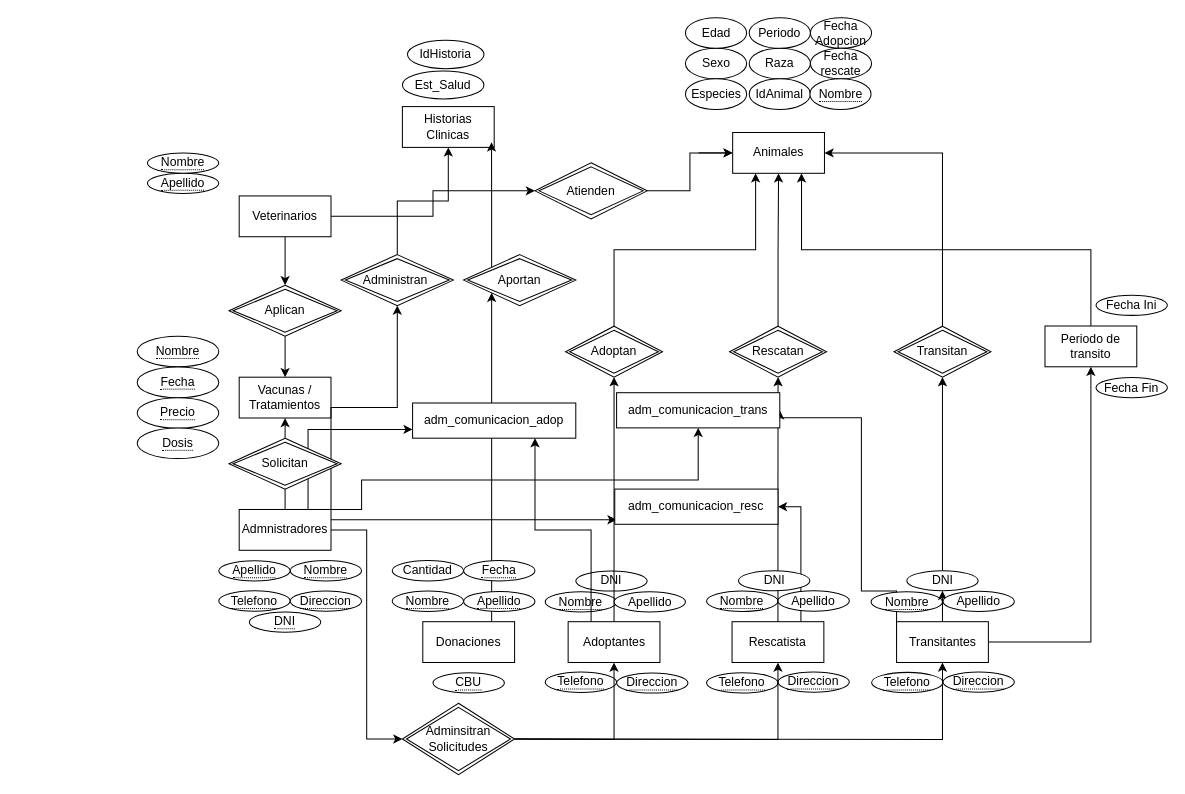
The draw.io diagram Diagrama sin título.drawio in Dfrugone/ITFS-4, before the edit. Source tidied: cells renumbered, new cells numbered last; positions are measured from the earlier drawing's top-left corner, leaving out a move shared by most shapes. Both pictures are drawn from the tidied source at 102%, with x=0, y=0 at pixel (137, 17).
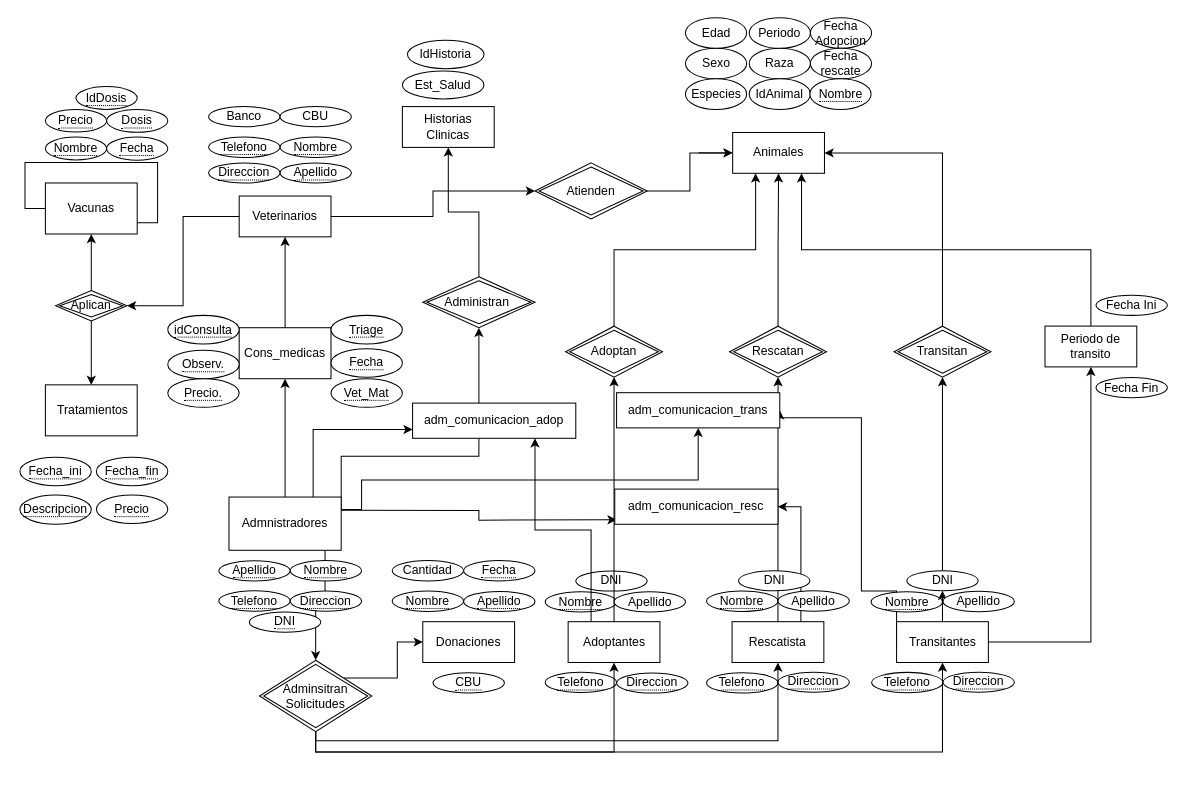
Above is the later version.

The change refers to these unchanged cells:
```xml
<mxCell id="25" value="Adoptantes" style="rounded=0;whiteSpace=wrap;html=1;" parent="1" vertex="1">
  <mxGeometry x="422.5" y="592" width="90" height="40" as="geometry" />
</mxCell>
<mxCell id="27" value="Rescatista" style="rounded=0;whiteSpace=wrap;html=1;" parent="1" vertex="1">
  <mxGeometry x="583.2" y="592" width="90" height="40" as="geometry" />
</mxCell>
<mxCell id="33" value="Transitantes" style="rounded=0;whiteSpace=wrap;html=1;" parent="1" vertex="1">
  <mxGeometry x="744.5" y="592" width="90" height="40" as="geometry" />
</mxCell>
<mxCell id="60" value="Historias Clinicas" style="rounded=0;whiteSpace=wrap;html=1;" parent="1" vertex="1">
  <mxGeometry x="260" y="87" width="90" height="40" as="geometry" />
</mxCell>
<mxCell id="69" value="Donaciones" style="rounded=0;whiteSpace=wrap;html=1;" parent="1" vertex="1">
  <mxGeometry x="280" y="592" width="90" height="40" as="geometry" />
</mxCell>
```

The edit, as a diff of the source:
```diff
@@
     <mxCell id="10" value="&lt;span style=&quot;border-bottom: 1px dotted&quot;&gt;Telefono&lt;/span&gt;" style="ellipse;whiteSpace=wrap;html=1;align=center;" parent="1" vertex="1">
-      <mxGeometry x="400" y="641.4" width="70" height="20" as="geometry" />
+      <mxGeometry x="400" y="641.5" width="70" height="20" as="geometry" />
     </mxCell>
@@
     <mxCell id="12" value="&lt;span style=&quot;border-bottom: 1px dotted&quot;&gt;Nombre&lt;/span&gt;" style="ellipse;whiteSpace=wrap;html=1;align=center;" parent="1" vertex="1">
-      <mxGeometry y="312.1" width="80" height="30" as="geometry" />
+      <mxGeometry x="-90" y="116.9" width="60" height="22.4" as="geometry" />
     </mxCell>
     <mxCell id="13" value="&lt;span style=&quot;border-bottom: 1px dotted&quot;&gt;Fecha&lt;/span&gt;" style="ellipse;whiteSpace=wrap;html=1;align=center;" parent="1" vertex="1">
-      <mxGeometry y="342.4" width="80" height="30" as="geometry" />
+      <mxGeometry x="-30" y="116.9" width="60" height="22.6" as="geometry" />
     </mxCell>
     <mxCell id="14" value="&lt;span style=&quot;border-bottom: 1px dotted&quot;&gt;Precio&lt;/span&gt;" style="ellipse;whiteSpace=wrap;html=1;align=center;" parent="1" vertex="1">
-      <mxGeometry y="372.4" width="80" height="30" as="geometry" />
+      <mxGeometry x="-90" y="89.8" width="60" height="22.1" as="geometry" />
     </mxCell>
     <mxCell id="15" value="&lt;span style=&quot;border-bottom: 1px dotted&quot;&gt;Dosis&lt;/span&gt;" style="ellipse;whiteSpace=wrap;html=1;align=center;" parent="1" vertex="1">
-      <mxGeometry y="402.1" width="80" height="30" as="geometry" />
+      <mxGeometry x="-30" y="89.8" width="60" height="22.4" as="geometry" />
     </mxCell>
-    <mxCell id="16" style="edgeStyle=orthogonalEdgeStyle;rounded=0;jettySize=auto;html=1;exitX=0.5;exitY=1;exitDx=0;exitDy=0;entryX=0.5;entryY=0;entryDx=0;entryDy=0;" parent="1" edge="1" source="18" target="20">
-      <mxGeometry relative="1" as="geometry" />
-    </mxCell>
@@
     <mxCell id="18" value="Veterinarios" style="rounded=0;whiteSpace=wrap;html=1;" parent="1" vertex="1">
-      <mxGeometry x="100" y="174.6" width="90" height="40" as="geometry" />
+      <mxGeometry x="100" y="174.7" width="90" height="40" as="geometry" />
     </mxCell>
+    <mxCell id="98" style="edgeStyle=orthogonalEdgeStyle;rounded=0;jettySize=auto;html=1;exitX=0;exitY=0.5;exitDx=0;exitDy=0;" parent="1" edge="1" source="21">
+      <mxGeometry relative="1" as="geometry">
+        <mxPoint x="-30" y="179.8" as="targetPoint" />
+      </mxGeometry>
+    </mxCell>
-    <mxCell id="19" style="edgeStyle=orthogonalEdgeStyle;rounded=0;jettySize=auto;html=1;exitX=0.5;exitY=1;exitDx=0;exitDy=0;entryX=0.5;entryY=0;entryDx=0;entryDy=0;" parent="1" edge="1" source="20" target="21">
+    <mxCell id="19" style="edgeStyle=orthogonalEdgeStyle;rounded=0;jettySize=auto;html=1;exitX=0.5;exitY=0;exitDx=0;exitDy=0;entryX=0.5;entryY=1;entryDx=0;entryDy=0;" parent="1" edge="1" source="20" target="21">
       <mxGeometry relative="1" as="geometry" />
     </mxCell>
+    <mxCell id="99" style="edgeStyle=orthogonalEdgeStyle;rounded=0;jettySize=auto;html=1;exitX=0.5;exitY=1;exitDx=0;exitDy=0;entryX=0.5;entryY=0;entryDx=0;entryDy=0;" parent="1" edge="1" source="20" target="106">
+      <mxGeometry relative="1" as="geometry" />
+    </mxCell>
     <mxCell id="20" value="Aplican" style="shape=rhombus;double=1;perimeter=rhombusPerimeter;whiteSpace=wrap;html=1;align=center;" parent="1" vertex="1">
-      <mxGeometry x="90" y="262.1" width="110" height="50" as="geometry" />
+      <mxGeometry x="-80" y="267.3" width="70" height="29.9" as="geometry" />
     </mxCell>
-    <mxCell id="21" value="Vacunas / Tratamientos" style="rounded=0;whiteSpace=wrap;html=1;" parent="1" vertex="1">
-      <mxGeometry x="100" y="352.3" width="90" height="40" as="geometry" />
-    </mxCell>
@@
     <mxCell id="36" value="&lt;span style=&quot;border-bottom: 1px dotted&quot;&gt;Direccion&lt;/span&gt;" style="ellipse;whiteSpace=wrap;html=1;align=center;" parent="1" vertex="1">
-      <mxGeometry x="628.2" y="641.4" width="70" height="19.7" as="geometry" />
+      <mxGeometry x="628.2" y="641.5" width="70" height="19.7" as="geometry" />
     </mxCell>
@@
-    <mxCell id="39" style="edgeStyle=orthogonalEdgeStyle;rounded=0;jettySize=auto;html=1;exitX=1;exitY=0.5;exitDx=0;exitDy=0;entryX=0;entryY=0.5;entryDx=0;entryDy=0;" parent="1" edge="1" source="45" target="54">
+    <mxCell id="39" style="edgeStyle=orthogonalEdgeStyle;rounded=0;jettySize=auto;html=1;exitX=0.856;exitY=0.92;exitDx=0;exitDy=0;entryX=0.5;entryY=0;entryDx=0;entryDy=0;exitPerimeter=0;" parent="1" edge="1" source="45" target="54">
       <mxGeometry relative="1" as="geometry" />
     </mxCell>
-    <mxCell id="40" style="edgeStyle=orthogonalEdgeStyle;rounded=0;jettySize=auto;html=1;" parent="1" edge="1" source="45" target="21">
-      <mxGeometry relative="1" as="geometry" />
-    </mxCell>
     <mxCell id="41" style="edgeStyle=orthogonalEdgeStyle;rounded=0;jettySize=auto;html=1;exitX=1;exitY=0;exitDx=0;exitDy=0;entryX=0.5;entryY=1;entryDx=0;entryDy=0;" parent="1" edge="1" source="45" target="64">
-      <mxGeometry relative="1" as="geometry" />
+      <mxGeometry relative="1" as="geometry">
+        <Array as="points">
+          <mxPoint x="200" y="429.8" />
+          <mxPoint x="335" y="429.8" />
+        </Array>
+      </mxGeometry>
     </mxCell>
@@
+    <mxCell id="100" style="edgeStyle=orthogonalEdgeStyle;rounded=0;jettySize=auto;html=1;exitX=0.5;exitY=0;exitDx=0;exitDy=0;entryX=0.5;entryY=1;entryDx=0;entryDy=0;" parent="1" edge="1" source="45" target="113">
+      <mxGeometry relative="1" as="geometry" />
+    </mxCell>
     <mxCell id="45" value="Admnistradores" style="rounded=0;whiteSpace=wrap;html=1;" parent="1" vertex="1">
-      <mxGeometry x="100" y="482" width="90" height="40" as="geometry" />
+      <mxGeometry x="90" y="469.8" width="110" height="52.2" as="geometry" />
     </mxCell>
@@
     <mxCell id="50" value="&lt;span style=&quot;border-bottom: 1px dotted&quot;&gt;Direccion&lt;/span&gt;" style="ellipse;whiteSpace=wrap;html=1;align=center;" parent="1" vertex="1">
-      <mxGeometry x="790" y="641.4" width="70" height="19.7" as="geometry" />
+      <mxGeometry x="790" y="641.5" width="70" height="19.7" as="geometry" />
     </mxCell>
-    <mxCell id="51" style="edgeStyle=orthogonalEdgeStyle;rounded=0;jettySize=auto;html=1;exitX=1;exitY=0.5;exitDx=0;exitDy=0;entryX=0.5;entryY=1;entryDx=0;entryDy=0;" parent="1" edge="1" target="25">
-      <mxGeometry relative="1" as="geometry">
-        <mxPoint x="370" y="707" as="sourcePoint" />
-      </mxGeometry>
+    <mxCell id="51" style="edgeStyle=orthogonalEdgeStyle;rounded=0;jettySize=auto;html=1;entryX=0.5;entryY=1;entryDx=0;entryDy=0;exitX=0.5;exitY=1;exitDx=0;exitDy=0;" parent="1" edge="1" source="54" target="25">
+      <mxGeometry relative="1" as="geometry" />
     </mxCell>
-    <mxCell id="52" style="edgeStyle=orthogonalEdgeStyle;rounded=0;jettySize=auto;html=1;exitX=1;exitY=0.5;exitDx=0;exitDy=0;entryX=0.5;entryY=1;entryDx=0;entryDy=0;" parent="1" edge="1" target="27">
+    <mxCell id="52" style="edgeStyle=orthogonalEdgeStyle;rounded=0;jettySize=auto;html=1;entryX=0.5;entryY=1;entryDx=0;entryDy=0;exitX=0.5;exitY=1;exitDx=0;exitDy=0;" parent="1" edge="1" source="54" target="27">
       <mxGeometry relative="1" as="geometry">
-        <mxPoint x="370" y="707" as="sourcePoint" />
+        <Array as="points">
+          <mxPoint x="175" y="708.8" />
+          <mxPoint x="628" y="708.8" />
+        </Array>
       </mxGeometry>
     </mxCell>
-    <mxCell id="53" style="edgeStyle=orthogonalEdgeStyle;rounded=0;jettySize=auto;html=1;exitX=1;exitY=0.5;exitDx=0;exitDy=0;entryX=0.5;entryY=1;entryDx=0;entryDy=0;" parent="1" edge="1" target="33">
-      <mxGeometry relative="1" as="geometry">
-        <mxPoint x="370" y="707" as="sourcePoint" />
-      </mxGeometry>
+    <mxCell id="53" style="edgeStyle=orthogonalEdgeStyle;rounded=0;jettySize=auto;html=1;exitX=0.5;exitY=1;exitDx=0;exitDy=0;entryX=0.5;entryY=1;entryDx=0;entryDy=0;" parent="1" edge="1" source="54" target="33">
+      <mxGeometry relative="1" as="geometry" />
     </mxCell>
+    <mxCell id="101" style="edgeStyle=orthogonalEdgeStyle;rounded=0;jettySize=auto;html=1;exitX=1;exitY=0;exitDx=0;exitDy=0;entryX=0;entryY=0.5;entryDx=0;entryDy=0;" parent="1" edge="1" source="54" target="69">
+      <mxGeometry relative="1" as="geometry" />
+    </mxCell>
     <mxCell id="54" value="Adminsitran Solicitudes" style="shape=rhombus;double=1;perimeter=rhombusPerimeter;whiteSpace=wrap;html=1;align=center;" parent="1" vertex="1">
-      <mxGeometry x="260" y="672" width="110" height="70" as="geometry" />
+      <mxGeometry x="120" y="629.8" width="110" height="70" as="geometry" />
     </mxCell>
-    <mxCell id="55" value="Solicitan" style="shape=rhombus;double=1;perimeter=rhombusPerimeter;whiteSpace=wrap;html=1;align=center;" parent="1" vertex="1">
-      <mxGeometry x="90" y="412.1" width="110" height="50" as="geometry" />
-    </mxCell>
@@
     <mxCell id="64" value="Administran&amp;nbsp;" style="shape=rhombus;double=1;perimeter=rhombusPerimeter;whiteSpace=wrap;html=1;align=center;" parent="1" vertex="1">
-      <mxGeometry x="200" y="232.1" width="110" height="50" as="geometry" />
+      <mxGeometry x="280" y="253.8" width="110" height="50" as="geometry" />
     </mxCell>
@@
     <mxCell id="66" value="Atienden" style="shape=rhombus;double=1;perimeter=rhombusPerimeter;whiteSpace=wrap;html=1;align=center;" parent="1" vertex="1">
-      <mxGeometry x="390" y="142.1" width="110" height="55" as="geometry" />
+      <mxGeometry x="390" y="142.2" width="110" height="55" as="geometry" />
     </mxCell>
-    <mxCell id="67" value="Aportan" style="shape=rhombus;double=1;perimeter=rhombusPerimeter;whiteSpace=wrap;html=1;align=center;" parent="1" vertex="1">
-      <mxGeometry x="320" y="232.1" width="110" height="50" as="geometry" />
-    </mxCell>
-    <mxCell id="68" style="edgeStyle=orthogonalEdgeStyle;rounded=0;jettySize=auto;html=1;exitX=0.75;exitY=0;exitDx=0;exitDy=0;entryX=0;entryY=1;entryDx=0;entryDy=0;" parent="1" edge="1" source="69" target="67">
-      <mxGeometry relative="1" as="geometry" />
-    </mxCell>
@@
-    <mxCell id="73" style="edgeStyle=orthogonalEdgeStyle;rounded=0;jettySize=auto;html=1;exitX=0;exitY=0;exitDx=0;exitDy=0;entryX=0.971;entryY=0.875;entryDx=0;entryDy=0;entryPerimeter=0;" parent="1" edge="1" source="67" target="60">
-      <mxGeometry relative="1" as="geometry" />
-    </mxCell>
@@
     <mxCell id="87" value="Apellido" style="ellipse;whiteSpace=wrap;html=1;align=center;" parent="1" vertex="1">
-      <mxGeometry x="790" y="562.1" width="70" height="20" as="geometry" />
+      <mxGeometry x="790" y="562.2" width="70" height="20" as="geometry" />
     </mxCell>
@@
     <mxCell id="89" value="Periodo de transito" style="rounded=0;whiteSpace=wrap;html=1;" parent="1" vertex="1">
-      <mxGeometry x="890" y="302.1" width="90" height="40" as="geometry" />
+      <mxGeometry x="890" y="302.2" width="90" height="40" as="geometry" />
     </mxCell>
@@
     <mxCell id="95" value="&lt;div&gt;&lt;br&gt;&lt;/div&gt;adm_comunicacion_adop&lt;div&gt;&lt;br&gt;&lt;/div&gt;" style="rounded=0;whiteSpace=wrap;html=1;" parent="1" vertex="1">
-      <mxGeometry x="270" y="377.6" width="160" height="34.5" as="geometry" />
+      <mxGeometry x="270" y="377.7" width="160" height="34.5" as="geometry" />
     </mxCell>
     <mxCell id="96" value="&lt;span style=&quot;border-bottom: 1px dotted&quot;&gt;Apellido&lt;/span&gt;" style="ellipse;whiteSpace=wrap;html=1;align=center;" parent="1" vertex="1">
-      <mxGeometry x="10" y="152.4" width="70" height="19.7" as="geometry" />
+      <mxGeometry x="140" y="142.2" width="70" height="19.7" as="geometry" />
     </mxCell>
     <mxCell id="97" value="&lt;span style=&quot;border-bottom: 1px dotted&quot;&gt;Nombre&lt;/span&gt;" style="ellipse;whiteSpace=wrap;html=1;align=center;" parent="1" vertex="1">
-      <mxGeometry x="10" y="132.4" width="70" height="20" as="geometry" />
+      <mxGeometry x="140" y="116.9" width="70" height="20" as="geometry" />
     </mxCell>
+    <mxCell id="102" value="&lt;span style=&quot;border-bottom: 1px dotted&quot;&gt;Telefono&lt;/span&gt;" style="ellipse;whiteSpace=wrap;html=1;align=center;" parent="1" vertex="1">
+      <mxGeometry x="70" y="116.9" width="70" height="20" as="geometry" />
+    </mxCell>
+    <mxCell id="103" value="&lt;span style=&quot;border-bottom: 1px dotted&quot;&gt;Direccion&lt;/span&gt;" style="ellipse;whiteSpace=wrap;html=1;align=center;" parent="1" vertex="1">
+      <mxGeometry x="70" y="142.2" width="70" height="19.7" as="geometry" />
+    </mxCell>
+    <mxCell id="104" value="Banco" style="ellipse;whiteSpace=wrap;html=1;align=center;" parent="1" vertex="1">
+      <mxGeometry x="70" y="87" width="70" height="19.7" as="geometry" />
+    </mxCell>
+    <mxCell id="105" value="CBU" style="ellipse;whiteSpace=wrap;html=1;align=center;" parent="1" vertex="1">
+      <mxGeometry x="140" y="87" width="70" height="19.7" as="geometry" />
+    </mxCell>
+    <mxCell id="106" value="&amp;nbsp;Tratamientos" style="rounded=0;whiteSpace=wrap;html=1;" parent="1" vertex="1">
+      <mxGeometry x="-90" y="359.8" width="90" height="50" as="geometry" />
+    </mxCell>
+    <mxCell id="107" value="&lt;span style=&quot;border-bottom: 1px dotted&quot;&gt;IdDosis&lt;/span&gt;" style="ellipse;whiteSpace=wrap;html=1;align=center;" parent="1" vertex="1">
+      <mxGeometry x="-60" y="67.4" width="60" height="22.4" as="geometry" />
+    </mxCell>
+    <mxCell id="16" style="edgeStyle=orthogonalEdgeStyle;rounded=0;jettySize=auto;html=1;exitX=0;exitY=0.5;exitDx=0;exitDy=0;entryX=1;entryY=0.5;entryDx=0;entryDy=0;" parent="1" edge="1" source="18" target="20">
+      <mxGeometry relative="1" as="geometry" />
+    </mxCell>
+    <mxCell id="108" value="&lt;span style=&quot;border-bottom: 1px dotted&quot;&gt;Descripcion&lt;/span&gt;" style="ellipse;whiteSpace=wrap;html=1;align=center;" parent="1" vertex="1">
+      <mxGeometry x="-115" y="467.7" width="70" height="28.8" as="geometry" />
+    </mxCell>
+    <mxCell id="109" value="&lt;span style=&quot;border-bottom: 1px dotted&quot;&gt;Fecha_ini&lt;/span&gt;" style="ellipse;whiteSpace=wrap;html=1;align=center;" parent="1" vertex="1">
+      <mxGeometry x="-115" y="430.7" width="70" height="28" as="geometry" />
+    </mxCell>
+    <mxCell id="110" value="&lt;span style=&quot;border-bottom: 1px dotted&quot;&gt;Fecha_fin&lt;/span&gt;" style="ellipse;whiteSpace=wrap;html=1;align=center;" parent="1" vertex="1">
+      <mxGeometry x="-40" y="430.7" width="70" height="28" as="geometry" />
+    </mxCell>
+    <mxCell id="111" value="&lt;span style=&quot;border-bottom: 1px dotted&quot;&gt;Precio&lt;/span&gt;" style="ellipse;whiteSpace=wrap;html=1;align=center;" parent="1" vertex="1">
+      <mxGeometry x="-40" y="467.7" width="70" height="28" as="geometry" />
+    </mxCell>
+    <mxCell id="112" style="edgeStyle=orthogonalEdgeStyle;rounded=0;jettySize=auto;html=1;exitX=0.5;exitY=0;exitDx=0;exitDy=0;entryX=0.5;entryY=1;entryDx=0;entryDy=0;" parent="1" edge="1" source="113" target="18">
+      <mxGeometry relative="1" as="geometry" />
+    </mxCell>
+    <mxCell id="113" value="Cons_medicas" style="rounded=0;whiteSpace=wrap;html=1;" parent="1" vertex="1">
+      <mxGeometry x="100" y="303.8" width="90" height="50" as="geometry" />
+    </mxCell>
+    <mxCell id="114" value="&lt;span style=&quot;border-bottom: 1px dotted&quot;&gt;idConsulta&lt;/span&gt;" style="ellipse;whiteSpace=wrap;html=1;align=center;" parent="1" vertex="1">
+      <mxGeometry x="30" y="291.7" width="70" height="28" as="geometry" />
+    </mxCell>
+    <mxCell id="115" value="&lt;span style=&quot;border-bottom: 1px dotted&quot;&gt;Triage&lt;/span&gt;" style="ellipse;whiteSpace=wrap;html=1;align=center;" parent="1" vertex="1">
+      <mxGeometry x="190" y="291.7" width="70" height="28" as="geometry" />
+    </mxCell>
+    <mxCell id="116" value="&lt;span style=&quot;border-bottom: 1px dotted&quot;&gt;Observ.&lt;/span&gt;" style="ellipse;whiteSpace=wrap;html=1;align=center;" parent="1" vertex="1">
+      <mxGeometry x="30" y="325.8" width="70" height="28" as="geometry" />
+    </mxCell>
+    <mxCell id="21" value="Vacunas" style="rounded=0;whiteSpace=wrap;html=1;" parent="1" vertex="1">
+      <mxGeometry x="-90" y="161.9" width="90" height="50" as="geometry" />
+    </mxCell>
+    <mxCell id="117" value="&lt;span style=&quot;border-bottom: 1px dotted&quot;&gt;Fecha&lt;/span&gt;" style="ellipse;whiteSpace=wrap;html=1;align=center;" parent="1" vertex="1">
+      <mxGeometry x="190" y="324.3" width="70" height="28" as="geometry" />
+    </mxCell>
+    <mxCell id="118" value="&lt;span style=&quot;border-bottom: 1px dotted&quot;&gt;Precio.&lt;/span&gt;" style="ellipse;whiteSpace=wrap;html=1;align=center;" parent="1" vertex="1">
+      <mxGeometry x="30" y="353.8" width="70" height="28" as="geometry" />
+    </mxCell>
+    <mxCell id="119" value="&lt;span style=&quot;border-bottom: 1px dotted&quot;&gt;Vet_Mat&lt;/span&gt;" style="ellipse;whiteSpace=wrap;html=1;align=center;" parent="1" vertex="1">
+      <mxGeometry x="190" y="353.8" width="70" height="28" as="geometry" />
+    </mxCell>
```
